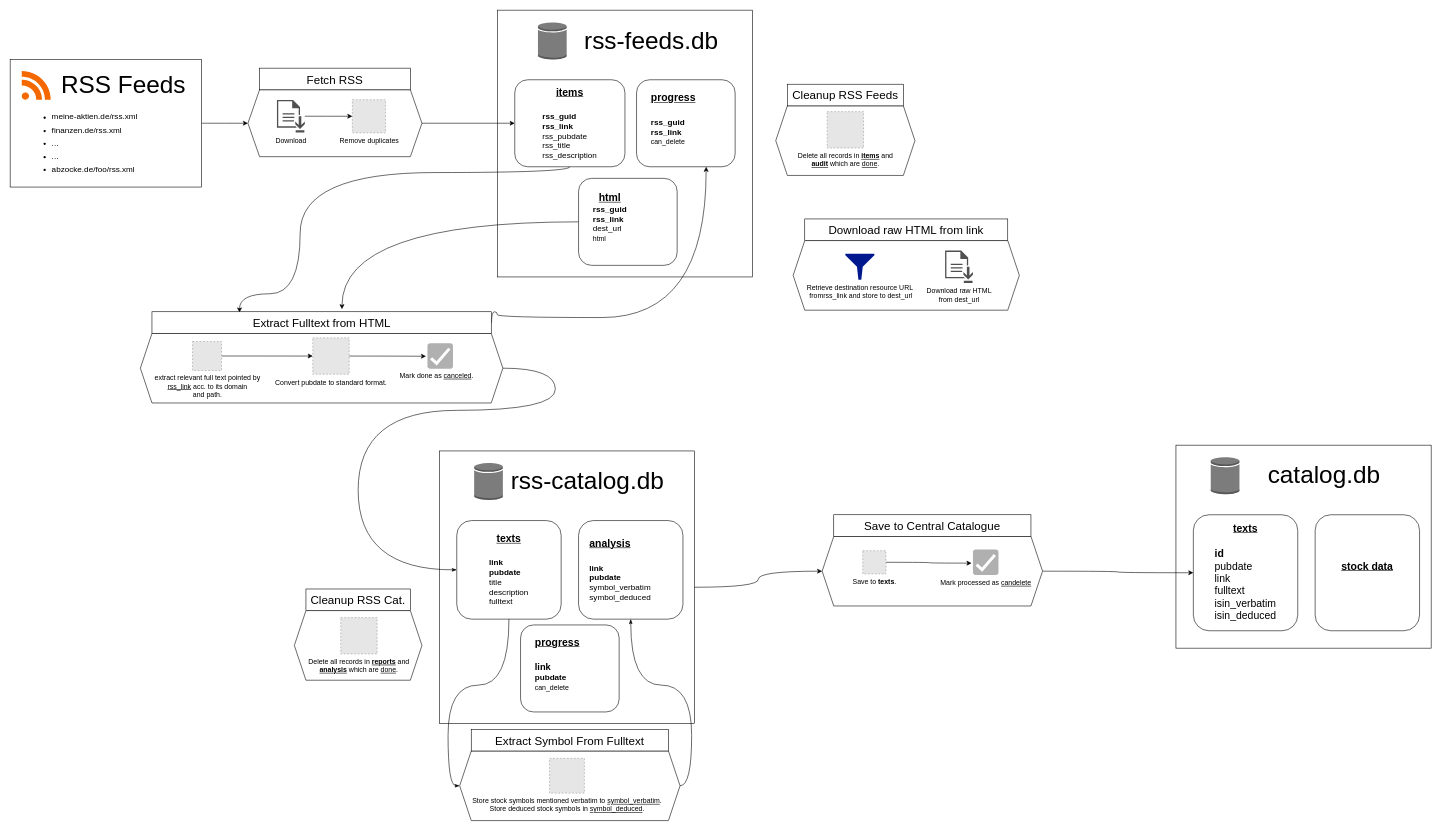
slavistan/stockbruh keeps this draw.io diagram as flow-diagram.drawio. Above is the earlier version. Source tidied: cells renumbered, new cells numbered last; positions are measured from the earlier drawing's top-left corner, leaving out a move shared by most shapes. Both pictures are drawn from the tidied source at 58%, with x=0, y=0 at pixel (10, 10). Pictures stored in the file or linked from it are replaced by grey dashed boxes.
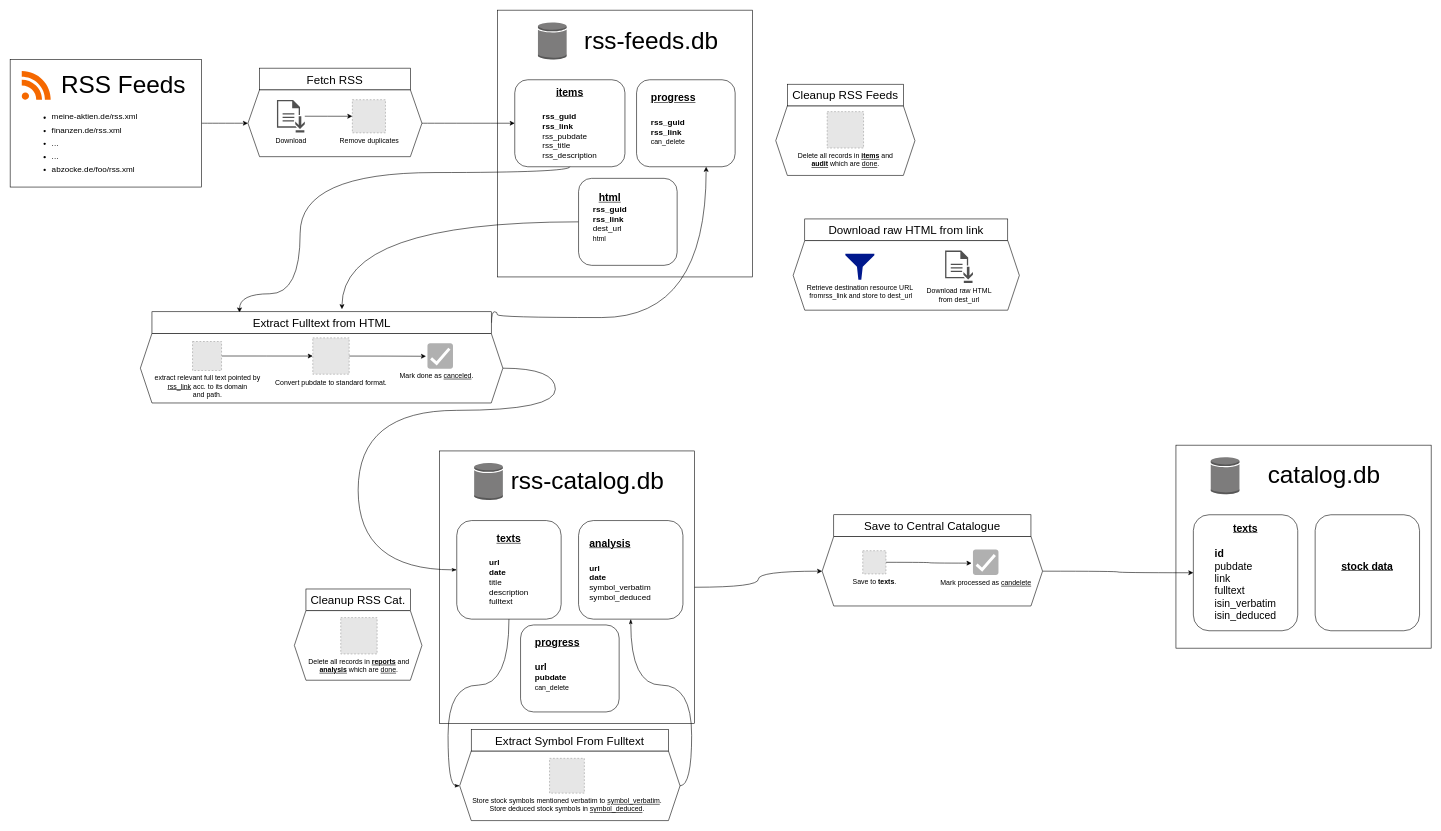
Above is the later version.

What changed in the source:
```diff
@@
-    <mxCell id="21" value="&lt;div&gt;&lt;u&gt;&lt;font style=&quot;font-size: 18px&quot;&gt;&lt;b&gt;texts&lt;/b&gt;&lt;/font&gt;&lt;/u&gt;&lt;/div&gt;&lt;div&gt;&lt;font style=&quot;font-size: 18px&quot;&gt;&lt;b&gt;&lt;br&gt;&lt;/b&gt;&lt;/font&gt;&lt;/div&gt;&lt;div align=&quot;left&quot;&gt;&lt;b&gt;&lt;font style=&quot;font-size: 14px&quot;&gt;link&lt;/font&gt;&lt;font style=&quot;font-size: 14px&quot;&gt;&lt;br&gt;&lt;/font&gt;&lt;/b&gt;&lt;/div&gt;&lt;div align=&quot;left&quot;&gt;&lt;font style=&quot;font-size: 14px&quot;&gt;&lt;b&gt;pubdate&lt;/b&gt;&lt;br&gt;&lt;/font&gt;&lt;/div&gt;&lt;div align=&quot;left&quot;&gt;&lt;font style=&quot;font-size: 14px&quot;&gt;title&lt;br&gt;&lt;/font&gt;&lt;/div&gt;&lt;div align=&quot;left&quot;&gt;&lt;font style=&quot;font-size: 14px&quot;&gt;description&lt;br&gt;&lt;/font&gt;&lt;/div&gt;&lt;div align=&quot;left&quot;&gt;&lt;font style=&quot;font-size: 14px&quot;&gt;fulltext&lt;/font&gt;&lt;/div&gt;" style="rounded=1;whiteSpace=wrap;html=1;" parent="1" vertex="1">
+    <mxCell id="21" value="&lt;div&gt;&lt;u&gt;&lt;font style=&quot;font-size: 18px&quot;&gt;&lt;b&gt;texts&lt;/b&gt;&lt;/font&gt;&lt;/u&gt;&lt;/div&gt;&lt;div&gt;&lt;font style=&quot;font-size: 18px&quot;&gt;&lt;b&gt;&lt;br&gt;&lt;/b&gt;&lt;/font&gt;&lt;/div&gt;&lt;div align=&quot;left&quot;&gt;&lt;b&gt;&lt;font style=&quot;font-size: 14px&quot;&gt;url&lt;/font&gt;&lt;font style=&quot;font-size: 14px&quot;&gt;&lt;br&gt;&lt;/font&gt;&lt;/b&gt;&lt;/div&gt;&lt;div align=&quot;left&quot;&gt;&lt;font style=&quot;font-size: 14px&quot;&gt;&lt;b&gt;date&lt;/b&gt;&lt;br&gt;&lt;/font&gt;&lt;/div&gt;&lt;div align=&quot;left&quot;&gt;&lt;font style=&quot;font-size: 14px&quot;&gt;title&lt;br&gt;&lt;/font&gt;&lt;/div&gt;&lt;div align=&quot;left&quot;&gt;&lt;font style=&quot;font-size: 14px&quot;&gt;description&lt;br&gt;&lt;/font&gt;&lt;/div&gt;&lt;div align=&quot;left&quot;&gt;&lt;font style=&quot;font-size: 14px&quot;&gt;fulltext&lt;/font&gt;&lt;/div&gt;" style="rounded=1;whiteSpace=wrap;html=1;" parent="1" vertex="1">
       <mxGeometry x="770" y="880" width="180" height="170" as="geometry" />
     </mxCell>
@@
-    <mxCell id="30" value="&lt;div align=&quot;left&quot;&gt;&lt;font size=&quot;1&quot;&gt;&lt;u&gt;&lt;b style=&quot;font-size: 18px&quot;&gt;analysis&lt;/b&gt;&lt;/u&gt;&lt;/font&gt;&lt;/div&gt;&lt;div align=&quot;left&quot;&gt;&lt;font style=&quot;font-size: 18px&quot;&gt;&lt;b&gt;&lt;br&gt;&lt;/b&gt;&lt;/font&gt;&lt;/div&gt;&lt;div align=&quot;left&quot;&gt;&lt;b&gt;&lt;font style=&quot;font-size: 14px&quot;&gt;link&lt;/font&gt;&lt;font style=&quot;font-size: 14px&quot;&gt;&lt;br&gt;&lt;/font&gt;&lt;/b&gt;&lt;/div&gt;&lt;div align=&quot;left&quot;&gt;&lt;font style=&quot;font-size: 14px&quot;&gt;&lt;b&gt;pubdate&lt;/b&gt;&lt;br&gt;&lt;/font&gt;&lt;/div&gt;&lt;div style=&quot;font-size: 14px&quot; align=&quot;left&quot;&gt;symbol&lt;font style=&quot;font-size: 14px&quot;&gt;_verbatim&lt;br&gt;&lt;/font&gt;&lt;/div&gt;&lt;div align=&quot;left&quot;&gt;&lt;font style=&quot;font-size: 14px&quot;&gt;symbol_deduced&lt;/font&gt;&lt;/div&gt;" style="rounded=1;whiteSpace=wrap;html=1;align=left;spacingLeft=17;" parent="1" vertex="1">
+    <mxCell id="30" value="&lt;div align=&quot;left&quot;&gt;&lt;font size=&quot;1&quot;&gt;&lt;u&gt;&lt;b style=&quot;font-size: 18px&quot;&gt;analysis&lt;/b&gt;&lt;/u&gt;&lt;/font&gt;&lt;/div&gt;&lt;div align=&quot;left&quot;&gt;&lt;font style=&quot;font-size: 18px&quot;&gt;&lt;b&gt;&lt;br&gt;&lt;/b&gt;&lt;/font&gt;&lt;/div&gt;&lt;div align=&quot;left&quot;&gt;&lt;b style=&quot;font-size: 14px&quot;&gt;url&lt;/b&gt;&lt;/div&gt;&lt;div align=&quot;left&quot;&gt;&lt;b style=&quot;font-size: 14px&quot;&gt;date&lt;/b&gt;&lt;br&gt;&lt;/div&gt;&lt;div style=&quot;font-size: 14px&quot; align=&quot;left&quot;&gt;symbol&lt;font style=&quot;font-size: 14px&quot;&gt;_verbatim&lt;br&gt;&lt;/font&gt;&lt;/div&gt;&lt;div align=&quot;left&quot;&gt;&lt;font style=&quot;font-size: 14px&quot;&gt;symbol_deduced&lt;/font&gt;&lt;/div&gt;" style="rounded=1;whiteSpace=wrap;html=1;align=left;spacingLeft=17;" parent="1" vertex="1">
       <mxGeometry x="980" y="880" width="180" height="170" as="geometry" />
     </mxCell>
@@
-    <mxCell id="58" value="&lt;div align=&quot;center&quot;&gt;&lt;u&gt;&lt;b&gt;&lt;font style=&quot;font-size: 18px&quot;&gt;progress&lt;/font&gt;&lt;/b&gt;&lt;/u&gt;&lt;/div&gt;&lt;div&gt;&lt;font style=&quot;font-size: 18px&quot;&gt;&lt;b&gt;&lt;br&gt;&lt;/b&gt;&lt;/font&gt;&lt;/div&gt;&lt;div style=&quot;font-size: 16px&quot;&gt;&lt;b&gt;link&lt;font style=&quot;font-size: 14px&quot;&gt;&lt;br&gt;&lt;/font&gt;&lt;/b&gt;&lt;/div&gt;&lt;div&gt;&lt;b&gt;&lt;font style=&quot;font-size: 14px&quot;&gt;pubdate&lt;/font&gt;&lt;/b&gt;&lt;/div&gt;&lt;div&gt;can_delete&lt;font style=&quot;font-size: 14px&quot;&gt;&lt;u&gt;&lt;br&gt;&lt;/u&gt;&lt;/font&gt;&lt;/div&gt;&lt;div&gt;&lt;br&gt;&lt;/div&gt;" style="rounded=1;whiteSpace=wrap;html=1;align=left;spacingLeft=23;" parent="1" vertex="1">
+    <mxCell id="58" value="&lt;div align=&quot;center&quot;&gt;&lt;u&gt;&lt;b&gt;&lt;font style=&quot;font-size: 18px&quot;&gt;progress&lt;/font&gt;&lt;/b&gt;&lt;/u&gt;&lt;/div&gt;&lt;div&gt;&lt;font style=&quot;font-size: 18px&quot;&gt;&lt;b&gt;&lt;br&gt;&lt;/b&gt;&lt;/font&gt;&lt;/div&gt;&lt;div style=&quot;font-size: 16px&quot;&gt;&lt;b&gt;url&lt;font style=&quot;font-size: 14px&quot;&gt;&lt;br&gt;&lt;/font&gt;&lt;/b&gt;&lt;/div&gt;&lt;div&gt;&lt;b&gt;&lt;font style=&quot;font-size: 14px&quot;&gt;pubdate&lt;/font&gt;&lt;/b&gt;&lt;/div&gt;&lt;div&gt;can_delete&lt;font style=&quot;font-size: 14px&quot;&gt;&lt;u&gt;&lt;br&gt;&lt;/u&gt;&lt;/font&gt;&lt;/div&gt;&lt;div&gt;&lt;br&gt;&lt;/div&gt;" style="rounded=1;whiteSpace=wrap;html=1;align=left;spacingLeft=23;" parent="1" vertex="1">
       <mxGeometry x="880" y="1060" width="170" height="150" as="geometry" />
     </mxCell>
```
